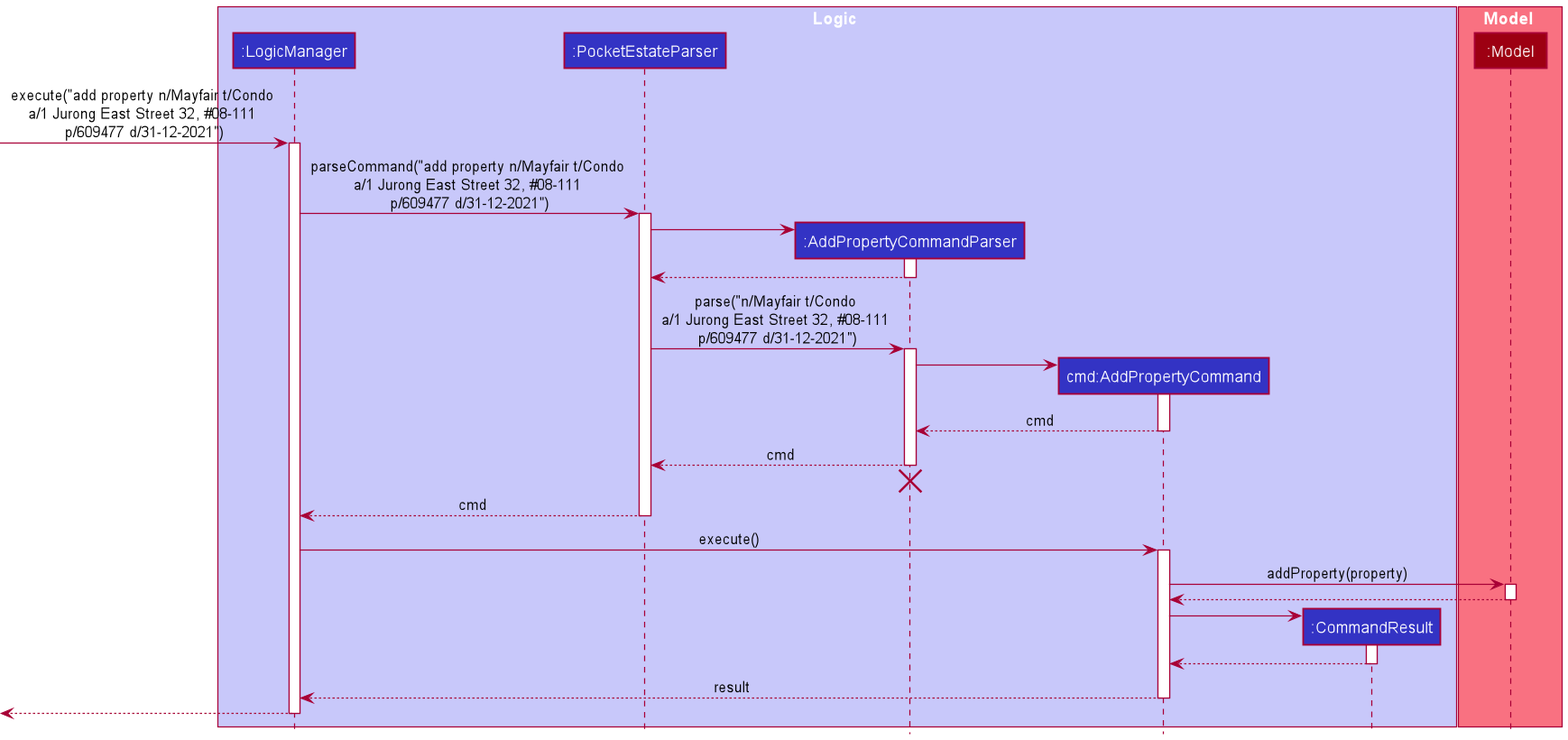
Above: docs/images/AddPropertySequenceDiagram.png in nus-cs2103-AY2021S2/tp (PlantUML), before the change.
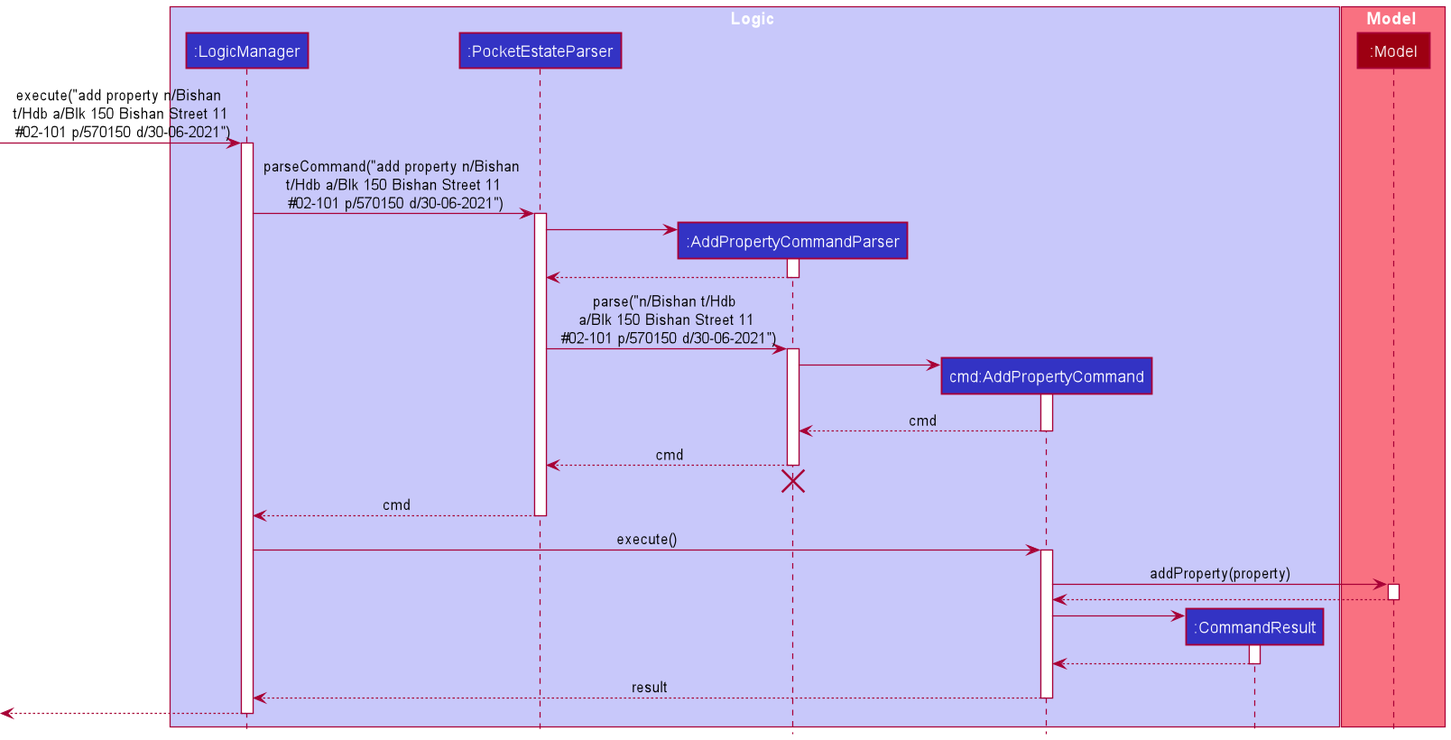
After the change.

What changed in the source:
```diff
@@ -13,10 +13,10 @@
 participant ":Model" as Model MODEL_COLOR
 end box
 
-[-> LogicManager : execute("add property n/Mayfair t/Condo \na/1 Jurong East Street 32, #08-111 \np/609477 d/31-12-2021")
+[-> LogicManager : execute("add property n/Bishan \nt/Hdb a/Blk 150 Bishan Street 11\n #02-101 p/570150 d/30-06-2021")
 activate LogicManager
 
-LogicManager -> PocketEstateParser : parseCommand("add property n/Mayfair t/Condo \na/1 Jurong East Street 32, #08-111 \np/609477 d/31-12-2021")
+LogicManager -> PocketEstateParser : parseCommand("add property n/Bishan \nt/Hdb a/Blk 150 Bishan Street 11\n #02-101 p/570150 d/30-06-2021")
 activate PocketEstateParser
 
 create AddPropertyCommandParser
@@ -26,7 +26,7 @@
 AddPropertyCommandParser --> PocketEstateParser
 deactivate AddPropertyCommandParser
 
-PocketEstateParser -> AddPropertyCommandParser : parse("n/Mayfair t/Condo \na/1 Jurong East Street 32, #08-111 \np/609477 d/31-12-2021")
+PocketEstateParser -> AddPropertyCommandParser : parse("n/Bishan t/Hdb \na/Blk 150 Bishan Street 11\n #02-101 p/570150 d/30-06-2021")
 activate AddPropertyCommandParser
 
 create AddPropertyCommand
```
